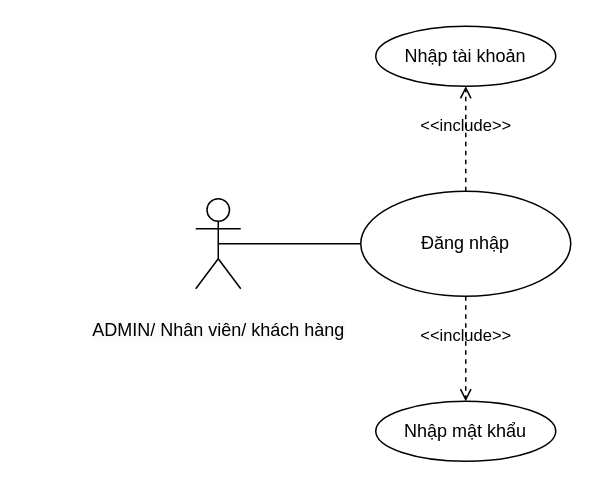
Above: UC/UC_DANGNHAP.drawio in hieuNV0871/da (draw.io), before the change. Source tidied: cells renumbered, new cells numbered last; positions are measured from the earlier drawing's top-left corner, leaving out a move shared by most shapes. Both pictures are drawn from the tidied source at 150%, with x=0, y=0 at pixel (195, 26).
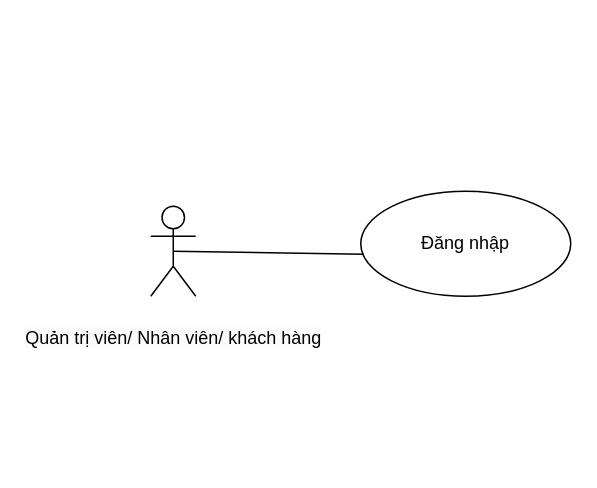
After the change.

The edit, as a diff of the source:
```diff
@@
 <mxGraphModel>
   <root>
     <mxCell id="0" />
     <mxCell id="1" parent="0" />
-    <mxCell id="2" value="&#10;&lt;span style=&quot;color: rgb(0, 0, 0); font-family: Helvetica; font-size: 12px; font-style: normal; font-variant-ligatures: normal; font-variant-caps: normal; font-weight: 400; letter-spacing: normal; orphans: 2; text-align: center; text-indent: 0px; text-transform: none; widows: 2; word-spacing: 0px; -webkit-text-stroke-width: 0px; background-color: rgb(251, 251, 251); text-decoration-thickness: initial; text-decoration-style: initial; text-decoration-color: initial; float: none; display: inline !important;&quot;&gt;ADMIN/ Nhân viên/ khách hàng&lt;/span&gt;&#10;&#10;" style="shape=umlActor;verticalLabelPosition=bottom;verticalAlign=top;html=1;outlineConnect=0;" parent="1" vertex="1">
-      <mxGeometry y="115" width="30" height="60" as="geometry" />
+    <mxCell id="2" value="&lt;br&gt;&lt;span style=&quot;color: rgb(0, 0, 0); font-family: Helvetica; font-size: 12px; font-style: normal; font-variant-ligatures: normal; font-variant-caps: normal; font-weight: 400; letter-spacing: normal; orphans: 2; text-align: center; text-indent: 0px; text-transform: none; widows: 2; word-spacing: 0px; -webkit-text-stroke-width: 0px; background-color: rgb(251, 251, 251); text-decoration-thickness: initial; text-decoration-style: initial; text-decoration-color: initial; float: none; display: inline !important;&quot;&gt;Quản trị viên/ Nhân viên/ khách hàng&lt;/span&gt;&lt;br&gt;" style="shape=umlActor;verticalLabelPosition=bottom;verticalAlign=top;html=1;outlineConnect=0;" parent="1" vertex="1">
+      <mxGeometry x="-30" y="120" width="30" height="60" as="geometry" />
     </mxCell>
-    <mxCell id="3" value="&amp;lt;&amp;lt;include&amp;gt;&amp;gt;" style="html=1;verticalAlign=bottom;labelBackgroundColor=none;endArrow=open;endFill=0;dashed=1;rounded=0;exitX=0.5;exitY=0;exitDx=0;exitDy=0;entryX=0.5;entryY=1;entryDx=0;entryDy=0;" parent="1" edge="1" source="4" target="5">
-      <mxGeometry relative="1" as="geometry" />
-    </mxCell>
     <mxCell id="4" value="Đăng nhập" style="ellipse;whiteSpace=wrap;html=1;" parent="1" vertex="1">
       <mxGeometry x="110" y="110" width="140" height="70" as="geometry" />
     </mxCell>
-    <mxCell id="5" value="Nhập tài khoản" style="ellipse;whiteSpace=wrap;html=1;" parent="1" vertex="1">
-      <mxGeometry x="120" width="120" height="40" as="geometry" />
-    </mxCell>
-    <mxCell id="6" value="Nhập mật khẩu" style="ellipse;whiteSpace=wrap;html=1;" parent="1" vertex="1">
-      <mxGeometry x="120" y="250" width="120" height="40" as="geometry" />
-    </mxCell>
-    <mxCell id="7" value="&amp;lt;&amp;lt;include&amp;gt;&amp;gt;" style="html=1;verticalAlign=bottom;labelBackgroundColor=none;endArrow=open;endFill=0;dashed=1;rounded=0;exitX=0.5;exitY=1;exitDx=0;exitDy=0;entryX=0.5;entryY=0;entryDx=0;entryDy=0;" parent="1" edge="1" source="4" target="6">
-      <mxGeometry relative="1" as="geometry" />
-    </mxCell>
-    <mxCell id="8" style="endArrow=none;html=1;rounded=0;exitX=0.5;exitY=0.5;exitDx=0;exitDy=0;exitPerimeter=0;entryX=0;entryY=0.5;entryDx=0;entryDy=0;" parent="1" edge="1" source="2" target="4">
+    <mxCell id="8" style="endArrow=none;html=1;rounded=0;exitX=0.5;exitY=0.5;exitDx=0;exitDy=0;exitPerimeter=0;entryX=0.014;entryY=0.6;entryDx=0;entryDy=0;entryPerimeter=0;" parent="1" edge="1" source="2" target="4">
       <mxGeometry relative="1" as="geometry" />
     </mxCell>
   </root>
 </mxGraphModel>
```
